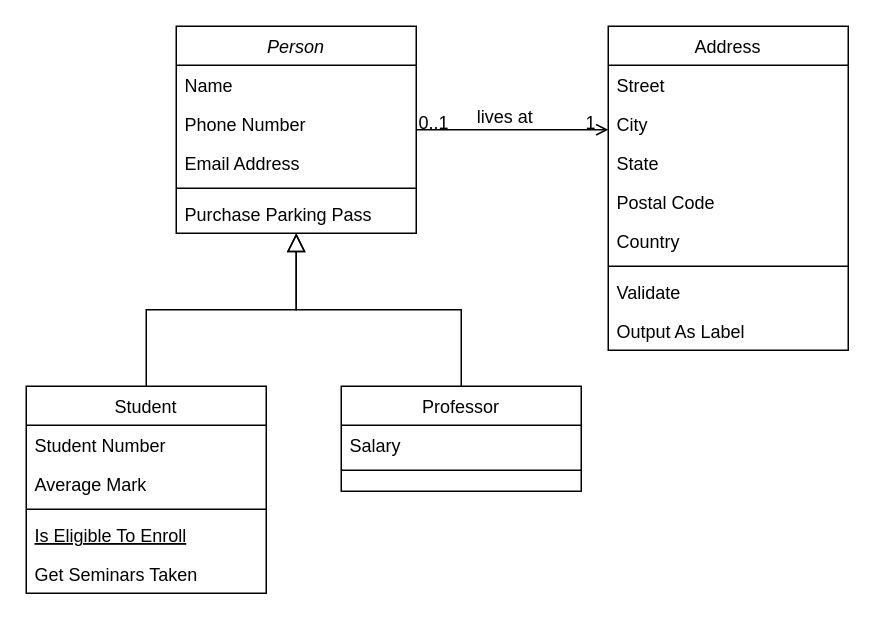
The draw.io diagram H/A-Reservation.drawio in jawharhmidi02/resrvy_diagrams, before the edit. Source tidied: cells renumbered, new cells numbered last; positions are measured from the earlier drawing's top-left corner, leaving out a move shared by most shapes. Both pictures are drawn from the tidied source at 150%, with x=0, y=0 at pixel (26, 26).
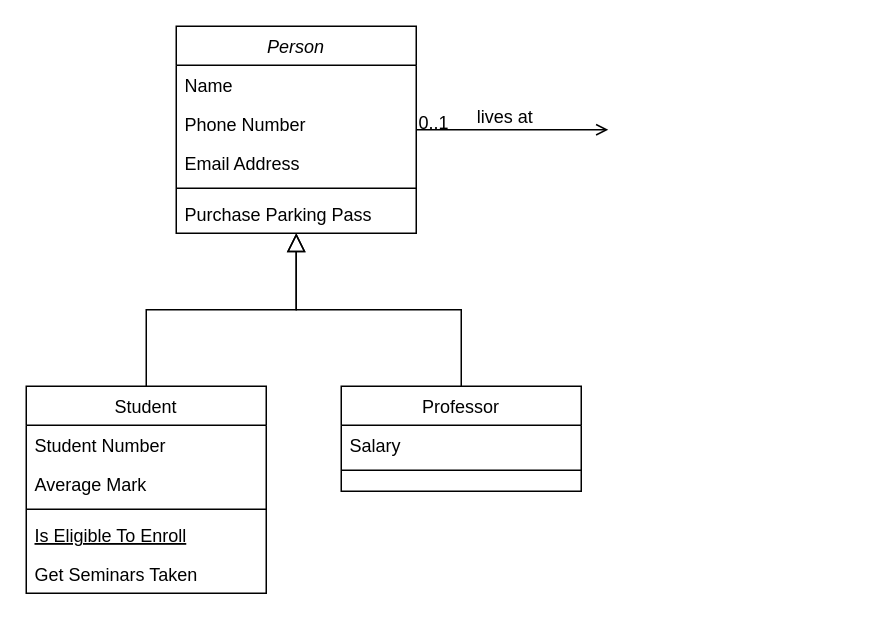
The same page after the edit.

The change refers to these unchanged cells:
```xml
<mxCell id="2" value="Person" style="swimlane;fontStyle=2;align=center;verticalAlign=top;horizontal=1;startSize=26;rounded=0;shadow=0;strokeWidth=1;" parent="1" vertex="1">
  <mxGeometry x="100" width="160" height="138" as="geometry" />
</mxCell>
```

What changed in the source:
```diff
@@
-    <mxCell id="19" value="Address" style="swimlane;fontStyle=0;align=center;verticalAlign=top;horizontal=1;startSize=26;rounded=0;shadow=0;strokeWidth=1;" parent="1" vertex="1">
-      <mxGeometry x="388" width="160" height="216" as="geometry" />
-    </mxCell>
-    <mxCell id="20" value="Street" style="text;align=left;verticalAlign=top;spacingLeft=4;spacingRight=4;overflow=hidden;" parent="19" vertex="1">
-      <mxGeometry y="26" width="160" height="26" as="geometry" />
-    </mxCell>
-    <mxCell id="21" value="City" style="text;align=left;verticalAlign=top;spacingLeft=4;spacingRight=4;overflow=hidden;rounded=0;shadow=0;html=0;" parent="19" vertex="1">
-      <mxGeometry y="52" width="160" height="26" as="geometry" />
-    </mxCell>
-    <mxCell id="22" value="State" style="text;align=left;verticalAlign=top;spacingLeft=4;spacingRight=4;overflow=hidden;rounded=0;shadow=0;html=0;" parent="19" vertex="1">
-      <mxGeometry y="78" width="160" height="26" as="geometry" />
-    </mxCell>
-    <mxCell id="23" value="Postal Code" style="text;align=left;verticalAlign=top;spacingLeft=4;spacingRight=4;overflow=hidden;rounded=0;shadow=0;html=0;" parent="19" vertex="1">
-      <mxGeometry y="104" width="160" height="26" as="geometry" />
-    </mxCell>
-    <mxCell id="24" value="Country" style="text;align=left;verticalAlign=top;spacingLeft=4;spacingRight=4;overflow=hidden;rounded=0;shadow=0;html=0;" parent="19" vertex="1">
-      <mxGeometry y="130" width="160" height="26" as="geometry" />
-    </mxCell>
-    <mxCell id="25" style="line;html=1;strokeWidth=1;align=left;verticalAlign=middle;spacingTop=-1;spacingLeft=3;spacingRight=3;labelPosition=right;" parent="19" vertex="1">
-      <mxGeometry y="156" width="160" height="8" as="geometry" />
-    </mxCell>
-    <mxCell id="26" value="Validate" style="text;align=left;verticalAlign=top;spacingLeft=4;spacingRight=4;overflow=hidden;" parent="19" vertex="1">
-      <mxGeometry y="164" width="160" height="26" as="geometry" />
-    </mxCell>
-    <mxCell id="27" value="Output As Label" style="text;align=left;verticalAlign=top;spacingLeft=4;spacingRight=4;overflow=hidden;" parent="19" vertex="1">
-      <mxGeometry y="190" width="160" height="26" as="geometry" />
-    </mxCell>
-    <mxCell id="28" style="endArrow=open;shadow=0;strokeWidth=1;rounded=0;curved=0;endFill=1;edgeStyle=elbowEdgeStyle;elbow=vertical;" parent="1" edge="1" source="2" target="19">
+    <mxCell id="28" style="endArrow=open;shadow=0;strokeWidth=1;rounded=0;curved=0;endFill=1;edgeStyle=elbowEdgeStyle;elbow=vertical;" parent="1" edge="1" source="2">
       <mxGeometry x="0.5" y="41" relative="1" as="geometry">
+        <mxPoint x="388" y="68.7" as="targetPoint" />
         <mxPoint x="-40" y="32" as="offset" />
       </mxGeometry>
     </mxCell>
@@
-    <mxCell id="30" value="1" style="align=right;verticalAlign=bottom;labelBackgroundColor=none;fontSize=12;" parent="28" vertex="1">
-      <mxGeometry x="1" relative="1" as="geometry">
-        <mxPoint x="-7" y="4" as="offset" />
-      </mxGeometry>
-    </mxCell>
```
